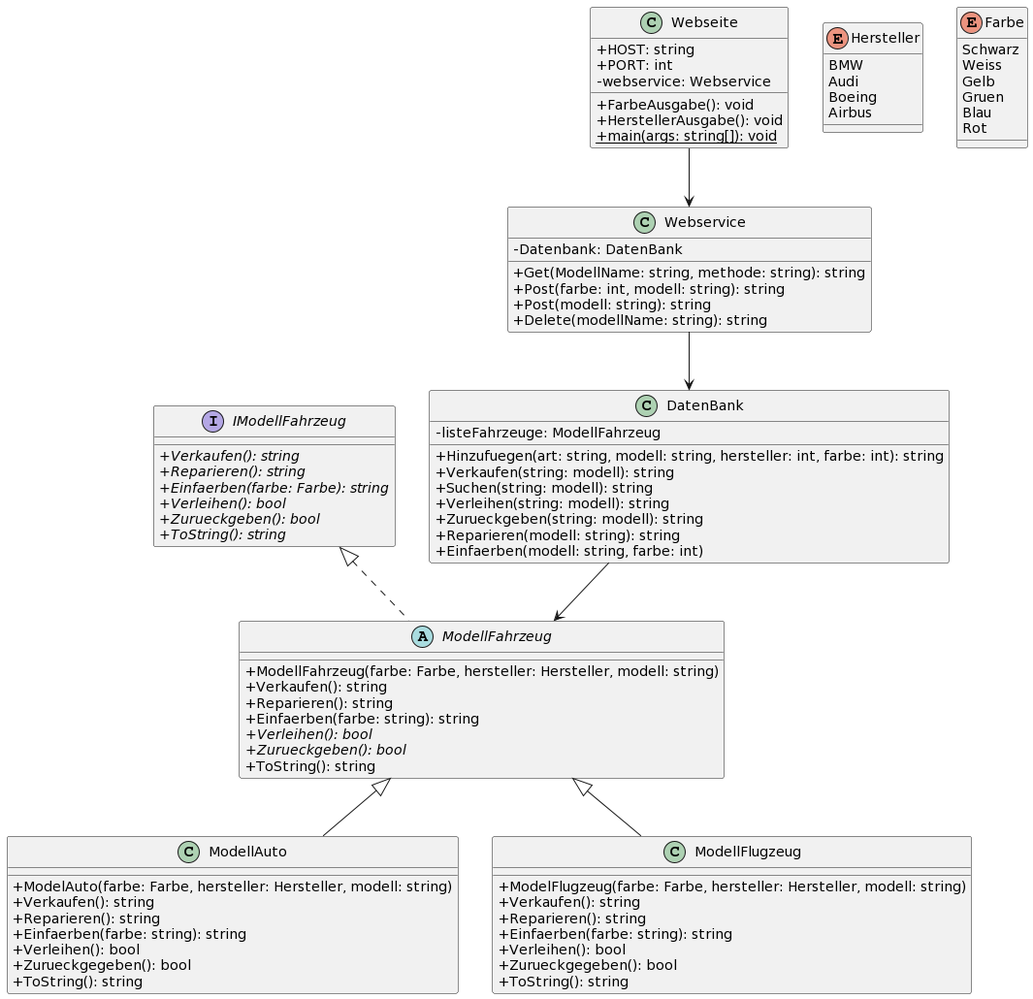
This is UML.png from vpotok/SSPT_SC_Projekt, a PlantUML export, as it was before one commit. Source of this version:
```plantuml
@startuml
skinparam classAttributeIconSize 0
interface IModellFahrzeug {
  +{abstract}Verkaufen(): string
  +{abstract}Reparieren(): string
  +{abstract}Einfaerben(farbe: Farbe): string
  +{abstract}Verleihen(): bool
  +{abstract}Zurueckgeben(): bool
  +{abstract}ToString(): string
}
abstract class ModellFahrzeug implements IModellFahrzeug{
  +ModellFahrzeug(farbe: Farbe, hersteller: Hersteller, modell: string)
  +Verkaufen(): string
  +Reparieren(): string
  +Einfaerben(farbe: string): string
  +{abstract}Verleihen(): bool
  +{abstract}Zurueckgeben(): bool
  +ToString(): string
}
class ModellAuto extends ModellFahrzeug {
  +ModelAuto(farbe: Farbe, hersteller: Hersteller, modell: string)
  +Verkaufen(): string
  +Reparieren(): string
  +Einfaerben(farbe: string): string
  +Verleihen(): bool
  +Zurueckgegeben(): bool
  +ToString(): string
}
class ModellFlugzeug extends ModellFahrzeug {
  +ModelFlugzeug(farbe: Farbe, hersteller: Hersteller, modell: string)
  +Verkaufen(): string
  +Reparieren(): string
  +Einfaerben(farbe: string): string
  +Verleihen(): bool
  +Zurueckgegeben(): bool
  +ToString(): string
}
class DatenBank {
  -listeFahrzeuge: ModellFahrzeug
  +Hinzufuegen(art: string, modell: string, hersteller: int, farbe: int): string
  +Verkaufen(string: modell): string
  +Suchen(string: modell): string
  +Verleihen(string: modell): string
  +Zurueckgeben(string: modell): string
  +Reparieren(modell: string): string
  +Einfaerben(modell: string, farbe: int)
}
class Webservice{
  -Datenbank: DatenBank
  +Get(ModellName: string, methode: string): string
  +Post(farbe: int, modell: string): string
  +Post(modell: string): string
  +Delete(modellName: string): string
}
class Webseite{
  + HOST: string
  + PORT: int
  - webservice: Webservice
  + FarbeAusgabe(): void
  + HerstellerAusgabe(): void
  + {static}main(args: string[]): void
}

enum Hersteller {
  BMW
  Audi
  Boeing
  Airbus
}

enum Farbe{
  Schwarz
  Weiss
  Gelb
  Gruen
  Blau
  Rot
}
DatenBank --> ModellFahrzeug
Webseite --> Webservice
Webservice--> DatenBank
@enduml
```
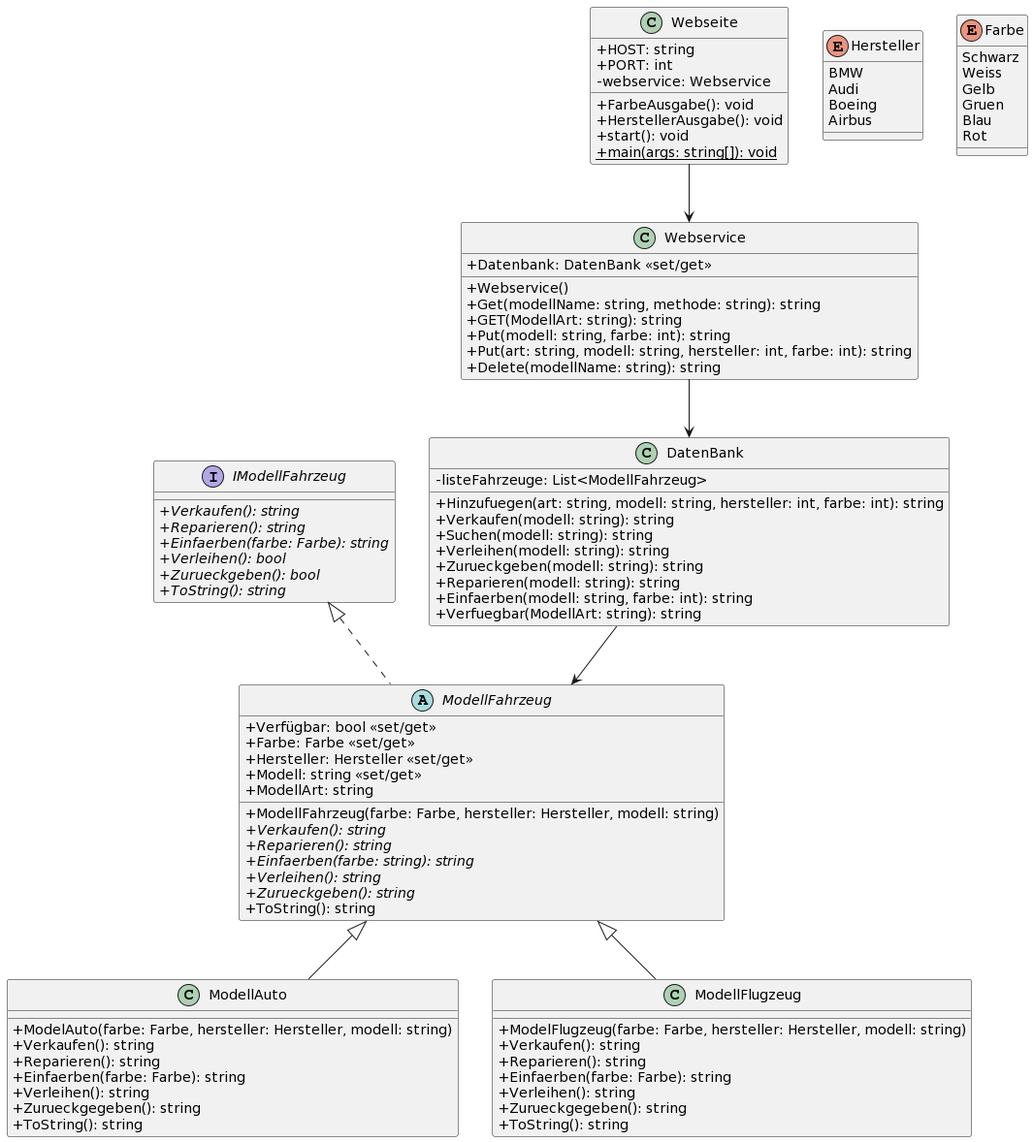
The same file after the commit.

What changed in the source:
```diff
@@ -9,56 +9,65 @@
   +{abstract}ToString(): string
 }
 abstract class ModellFahrzeug implements IModellFahrzeug{
+  +Verfügbar: bool <<set/get>>
+  +Farbe: Farbe <<set/get>>
+  +Hersteller: Hersteller <<set/get>>
+  +Modell: string <<set/get>>
+  +ModellArt: string
   +ModellFahrzeug(farbe: Farbe, hersteller: Hersteller, modell: string)
-  +Verkaufen(): string
-  +Reparieren(): string
-  +Einfaerben(farbe: string): string
-  +{abstract}Verleihen(): bool
-  +{abstract}Zurueckgeben(): bool
+  +{abstract}Verkaufen(): string
+  +{abstract}Reparieren(): string
+  +{abstract}Einfaerben(farbe: string): string
+  +{abstract}Verleihen(): string
+  +{abstract}Zurueckgeben(): string
   +ToString(): string
 }
 class ModellAuto extends ModellFahrzeug {
   +ModelAuto(farbe: Farbe, hersteller: Hersteller, modell: string)
   +Verkaufen(): string
   +Reparieren(): string
-  +Einfaerben(farbe: string): string
-  +Verleihen(): bool
-  +Zurueckgegeben(): bool
+  +Einfaerben(farbe: Farbe): string
+  +Verleihen(): string
+  +Zurueckgegeben(): string
   +ToString(): string
 }
 class ModellFlugzeug extends ModellFahrzeug {
   +ModelFlugzeug(farbe: Farbe, hersteller: Hersteller, modell: string)
   +Verkaufen(): string
   +Reparieren(): string
-  +Einfaerben(farbe: string): string
-  +Verleihen(): bool
-  +Zurueckgegeben(): bool
+  +Einfaerben(farbe: Farbe): string
+  +Verleihen(): string
+  +Zurueckgegeben(): string
   +ToString(): string
 }
 class DatenBank {
-  -listeFahrzeuge: ModellFahrzeug
+  -listeFahrzeuge: List<ModellFahrzeug>
   +Hinzufuegen(art: string, modell: string, hersteller: int, farbe: int): string
-  +Verkaufen(string: modell): string
-  +Suchen(string: modell): string
-  +Verleihen(string: modell): string
-  +Zurueckgeben(string: modell): string
+  +Verkaufen(modell: string): string
+  +Suchen(modell: string): string
+  +Verleihen(modell: string): string
+  +Zurueckgeben(modell: string): string
   +Reparieren(modell: string): string
-  +Einfaerben(modell: string, farbe: int)
+  +Einfaerben(modell: string, farbe: int): string
+  +Verfuegbar(ModellArt: string): string
 }
 class Webservice{
-  -Datenbank: DatenBank
-  +Get(ModellName: string, methode: string): string
-  +Post(farbe: int, modell: string): string
-  +Post(modell: string): string
+  +Datenbank: DatenBank <<set/get>>
+  +Webservice()
+  +Get(modellName: string, methode: string): string
+  +GET(ModellArt: string): string
+  +Put(modell: string, farbe: int): string
+  +Put(art: string, modell: string, hersteller: int, farbe: int): string
   +Delete(modellName: string): string
 }
 class Webseite{
-  + HOST: string
-  + PORT: int
-  - webservice: Webservice
-  + FarbeAusgabe(): void
-  + HerstellerAusgabe(): void
-  + {static}main(args: string[]): void
+  +HOST: string
+  +PORT: int
+  -webservice: Webservice
+  +FarbeAusgabe(): void
+  +HerstellerAusgabe(): void
+  +start(): void
+  +{static}main(args: string[]): void
 }
 
 enum Hersteller {
```
